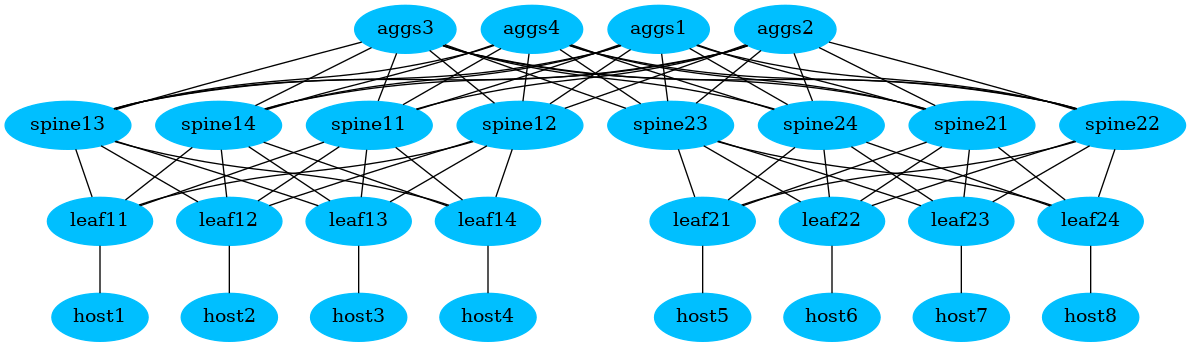
Earlier version of the Graphviz export topology/autogen.gv.png (akarneliuk/hs-dc). Its source is kept beside it as topology/autogen.gv. Source of this version:
```dot
graph {
	node [color=deepskyblue1 style=filled]
	aggs1 [dev_type="microsoft-sonic"]
	aggs2 [dev_type="microsoft-sonic"]
	aggs3 [dev_type="microsoft-sonic"]
	aggs4 [dev_type="microsoft-sonic"]
	spine11 [dev_type="microsoft-sonic" pod=A]
	spine12 [dev_type="microsoft-sonic" pod=A]
	spine13 [dev_type="microsoft-sonic" pod=A]
	spine14 [dev_type="microsoft-sonic" pod=A]
	spine21 [dev_type="microsoft-sonic" pod=B]
	spine22 [dev_type="microsoft-sonic" pod=B]
	spine23 [dev_type="microsoft-sonic" pod=B]
	spine24 [dev_type="microsoft-sonic" pod=B]
	leaf11 [dev_type="microsoft-sonic" pod=A]
	leaf12 [dev_type="microsoft-sonic" pod=A]
	leaf13 [dev_type="microsoft-sonic" pod=A]
	leaf14 [dev_type="microsoft-sonic" pod=A]
	leaf21 [dev_type="microsoft-sonic" pod=B]
	leaf22 [dev_type="microsoft-sonic" pod=B]
	leaf23 [dev_type="microsoft-sonic" pod=B]
	leaf24 [dev_type="microsoft-sonic" pod=B]
	host1 [dev_type=ubuntu pod=A]
	host2 [dev_type=ubuntu pod=A]
	host3 [dev_type=ubuntu pod=A]
	host4 [dev_type=ubuntu pod=A]
	host5 [dev_type=ubuntu pod=A]
	host6 [dev_type=ubuntu pod=B]
	host7 [dev_type=ubuntu pod=B]
	host8 [dev_type=ubuntu pod=B]
	leaf11 -- host1 [type=link_customer]
	leaf12 -- host2 [type=link_customer]
	leaf13 -- host3 [type=link_customer]
	leaf14 -- host4 [type=link_customer]
	leaf21 -- host5 [type=link_customer]
	leaf22 -- host6 [type=link_customer]
	leaf23 -- host7 [type=link_customer]
	leaf24 -- host8 [type=link_customer]
	spine11 -- leaf11 [type=link_dc]
	spine11 -- leaf12 [type=link_dc]
	spine11 -- leaf13 [type=link_dc]
	spine11 -- leaf14 [type=link_dc]
	spine12 -- leaf11 [type=link_dc]
	spine12 -- leaf12 [type=link_dc]
	spine12 -- leaf13 [type=link_dc]
	spine12 -- leaf14 [type=link_dc]
	spine13 -- leaf11 [type=link_dc]
	spine13 -- leaf12 [type=link_dc]
	spine13 -- leaf13 [type=link_dc]
	spine13 -- leaf14 [type=link_dc]
	spine14 -- leaf11 [type=link_dc]
	spine14 -- leaf12 [type=link_dc]
	spine14 -- leaf13 [type=link_dc]
	spine14 -- leaf14 [type=link_dc]
	spine21 -- leaf21 [type=link_dc]
	spine21 -- leaf22 [type=link_dc]
	spine21 -- leaf23 [type=link_dc]
	spine21 -- leaf24 [type=link_dc]
	spine22 -- leaf21 [type=link_dc]
	spine22 -- leaf22 [type=link_dc]
	spine22 -- leaf23 [type=link_dc]
	spine22 -- leaf24 [type=link_dc]
	spine23 -- leaf21 [type=link_dc]
	spine23 -- leaf22 [type=link_dc]
	spine23 -- leaf23 [type=link_dc]
	spine23 -- leaf24 [type=link_dc]
	spine24 -- leaf21 [type=link_dc]
	spine24 -- leaf22 [type=link_dc]
	spine24 -- leaf23 [type=link_dc]
	spine24 -- leaf24 [type=link_dc]
	aggs1 -- spine11 [type=link_dc]
	aggs1 -- spine12 [type=link_dc]
	aggs1 -- spine13 [type=link_dc]
	aggs1 -- spine14 [type=link_dc]
	aggs1 -- spine21 [type=link_dc]
	aggs1 -- spine22 [type=link_dc]
	aggs1 -- spine23 [type=link_dc]
	aggs1 -- spine24 [type=link_dc]
	aggs2 -- spine11 [type=link_dc]
	aggs2 -- spine12 [type=link_dc]
	aggs2 -- spine13 [type=link_dc]
	aggs2 -- spine14 [type=link_dc]
	aggs2 -- spine21 [type=link_dc]
	aggs2 -- spine22 [type=link_dc]
	aggs2 -- spine23 [type=link_dc]
	aggs2 -- spine24 [type=link_dc]
	aggs3 -- spine11 [type=link_dc]
	aggs3 -- spine12 [type=link_dc]
	aggs3 -- spine13 [type=link_dc]
	aggs3 -- spine14 [type=link_dc]
	aggs3 -- spine21 [type=link_dc]
	aggs3 -- spine22 [type=link_dc]
	aggs3 -- spine23 [type=link_dc]
	aggs3 -- spine24 [type=link_dc]
	aggs4 -- spine11 [type=link_dc]
	aggs4 -- spine12 [type=link_dc]
	aggs4 -- spine13 [type=link_dc]
	aggs4 -- spine14 [type=link_dc]
	aggs4 -- spine21 [type=link_dc]
	aggs4 -- spine22 [type=link_dc]
	aggs4 -- spine23 [type=link_dc]
	aggs4 -- spine24 [type=link_dc]
}
```
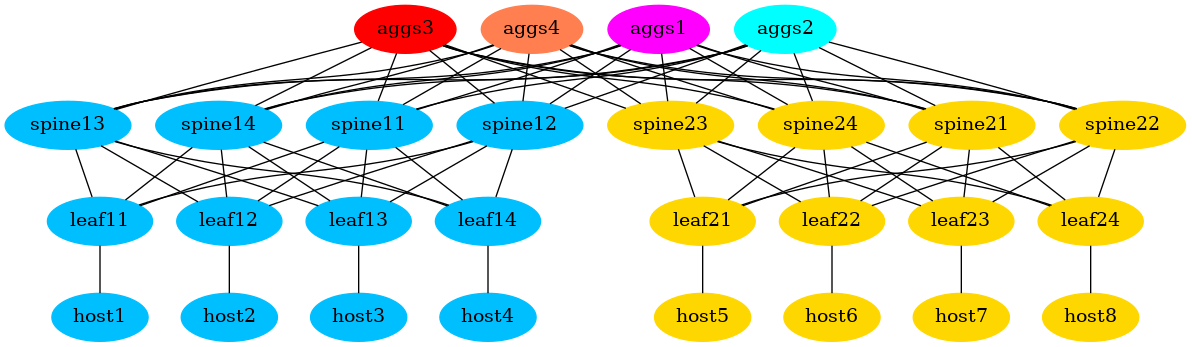
After the change.

The edit, as a diff of the source:
```diff
@@ -1,32 +1,60 @@
 graph {
-	node [color=deepskyblue1 style=filled]
+	node [style=filled]
+	node [color=magenta]
 	aggs1 [dev_type="microsoft-sonic"]
+	node [color=cyan]
 	aggs2 [dev_type="microsoft-sonic"]
+	node [color=red]
 	aggs3 [dev_type="microsoft-sonic"]
+	node [color=coral]
 	aggs4 [dev_type="microsoft-sonic"]
+	node [color=deepskyblue]
 	spine11 [dev_type="microsoft-sonic" pod=A]
+	node [color=deepskyblue]
 	spine12 [dev_type="microsoft-sonic" pod=A]
+	node [color=deepskyblue]
 	spine13 [dev_type="microsoft-sonic" pod=A]
+	node [color=deepskyblue]
 	spine14 [dev_type="microsoft-sonic" pod=A]
+	node [color=gold]
 	spine21 [dev_type="microsoft-sonic" pod=B]
+	node [color=gold]
 	spine22 [dev_type="microsoft-sonic" pod=B]
+	node [color=gold]
 	spine23 [dev_type="microsoft-sonic" pod=B]
+	node [color=gold]
 	spine24 [dev_type="microsoft-sonic" pod=B]
+	node [color=deepskyblue]
 	leaf11 [dev_type="microsoft-sonic" pod=A]
+	node [color=deepskyblue]
 	leaf12 [dev_type="microsoft-sonic" pod=A]
+	node [color=deepskyblue]
 	leaf13 [dev_type="microsoft-sonic" pod=A]
+	node [color=deepskyblue]
 	leaf14 [dev_type="microsoft-sonic" pod=A]
+	node [color=gold]
 	leaf21 [dev_type="microsoft-sonic" pod=B]
+	node [color=gold]
 	leaf22 [dev_type="microsoft-sonic" pod=B]
+	node [color=gold]
 	leaf23 [dev_type="microsoft-sonic" pod=B]
+	node [color=gold]
 	leaf24 [dev_type="microsoft-sonic" pod=B]
+	node [color=deepskyblue]
 	host1 [dev_type=ubuntu pod=A]
+	node [color=deepskyblue]
 	host2 [dev_type=ubuntu pod=A]
+	node [color=deepskyblue]
 	host3 [dev_type=ubuntu pod=A]
+	node [color=deepskyblue]
 	host4 [dev_type=ubuntu pod=A]
-	host5 [dev_type=ubuntu pod=A]
+	node [color=gold]
+	host5 [dev_type=ubuntu pod=B]
+	node [color=gold]
 	host6 [dev_type=ubuntu pod=B]
+	node [color=gold]
 	host7 [dev_type=ubuntu pod=B]
+	node [color=gold]
 	host8 [dev_type=ubuntu pod=B]
 	leaf11 -- host1 [type=link_customer]
 	leaf12 -- host2 [type=link_customer]
```
